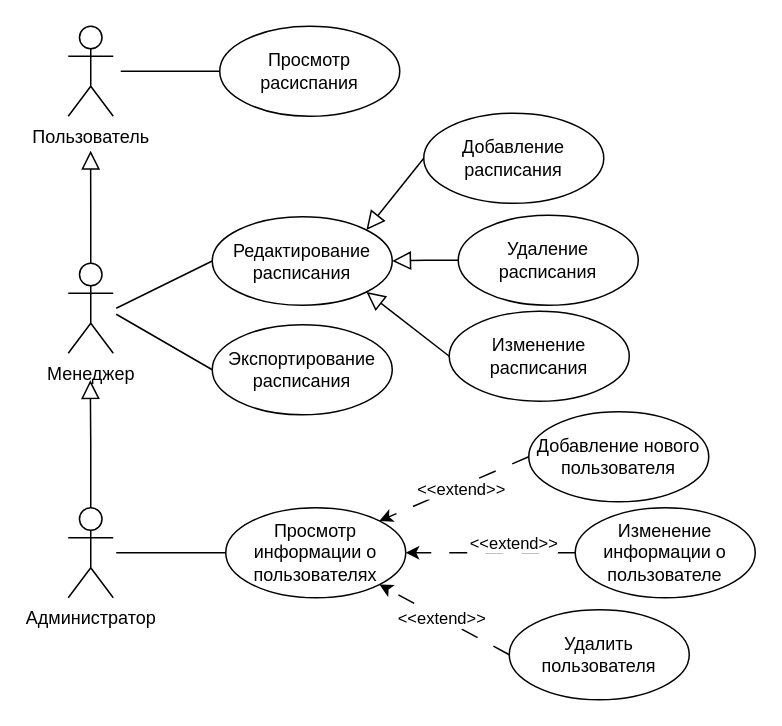
Earlier version of the draw.io diagram UML Curse Project.drawio (imStydent/Documents). Source tidied: cells renumbered, new cells numbered last; positions are measured from the earlier drawing's top-left corner, leaving out a move shared by most shapes. Both pictures are drawn from the tidied source at 150%, with x=0, y=0 at pixel (68, 26).
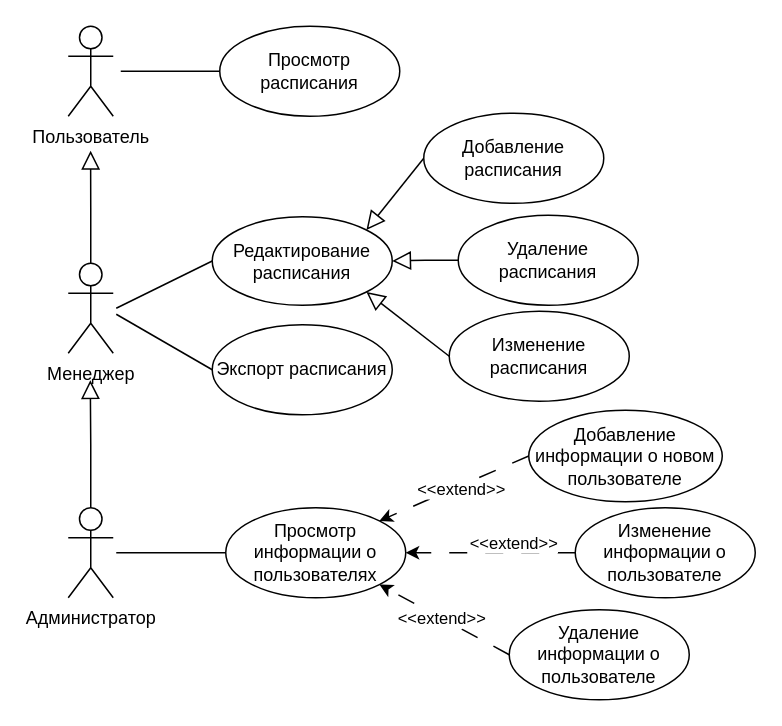
The same page after the edit.

Diff of the diagram source:
```diff
@@
-    <mxCell id="7" value="Просмотр расиспания" style="ellipse;whiteSpace=wrap;html=1;" parent="1" vertex="1">
+    <mxCell id="7" value="Просмотр расписания" style="ellipse;whiteSpace=wrap;html=1;" parent="1" vertex="1">
       <mxGeometry x="101" width="120" height="60" as="geometry" />
     </mxCell>
@@
-    <mxCell id="18" value="Экспортирование расписания" style="ellipse;whiteSpace=wrap;html=1;" parent="1" vertex="1">
+    <mxCell id="18" value="Экспорт расписания" style="ellipse;whiteSpace=wrap;html=1;" parent="1" vertex="1">
       <mxGeometry x="96" y="199" width="120" height="60" as="geometry" />
     </mxCell>
@@
-    <mxCell id="23" value="Добавление нового пользователя" style="ellipse;whiteSpace=wrap;html=1;" parent="1" vertex="1">
-      <mxGeometry x="307" y="257" width="120" height="60" as="geometry" />
+    <mxCell id="23" value="Добавление информации о новом пользователе" style="ellipse;whiteSpace=wrap;html=1;" parent="1" vertex="1">
+      <mxGeometry x="307" y="256" width="129" height="61" as="geometry" />
     </mxCell>
@@
-    <mxCell id="29" value="Удалить пользователя" style="ellipse;whiteSpace=wrap;html=1;" parent="1" vertex="1">
+    <mxCell id="29" value="Удаление информации о пользователе" style="ellipse;whiteSpace=wrap;html=1;" parent="1" vertex="1">
       <mxGeometry x="294" y="389" width="120" height="60" as="geometry" />
     </mxCell>
```
